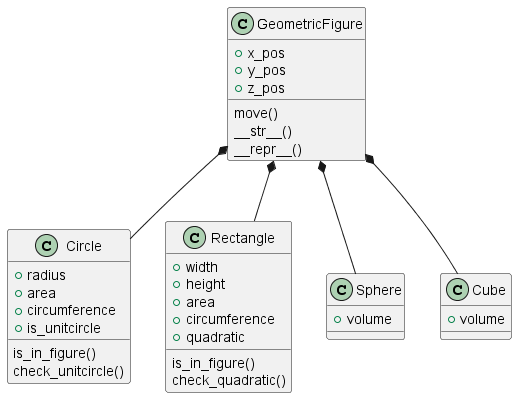
Before: Lab3/Lab3_UML.png, a diagram exported from PlantUML (dancla240/Python_Daniel_Claesson).
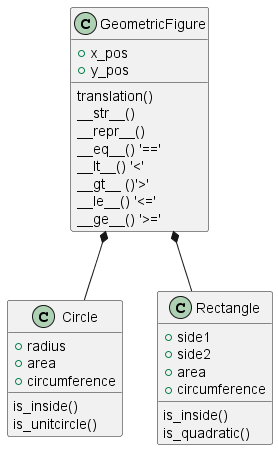
After the commit.

Commit message:
Updated UML diagram and code.

Diff of the diagram source:
```diff
@@ -2,42 +2,34 @@
 class GeometricFigure {
 +x_pos
 +y_pos
-+z_pos
-move()
+translation()
 __str__()
 __repr__()
+__eq__() '=='
+__lt__() '<'
+__gt__ ()'>'
+__le__() '<='
+__ge__() '>='
 }
 
 class Circle {
 +radius
 +area
 +circumference
-+is_unitcircle
-is_in_figure()
-check_unitcircle()
+is_inside()
+is_unitcircle()
 }
 
 class Rectangle {
-+width
-+height
++side1
++side2
 +area
 +circumference
-+quadratic
-is_in_figure()
-check_quadratic()
-}
-
-class Sphere {
-+volume
-}
-
-class Cube {
-+volume
+is_inside()
+is_quadratic()
 }
 
 GeometricFigure *-- Circle
 GeometricFigure *-- Rectangle
-GeometricFigure *-- Sphere
-GeometricFigure *-- Cube
 
 @enduml
```
